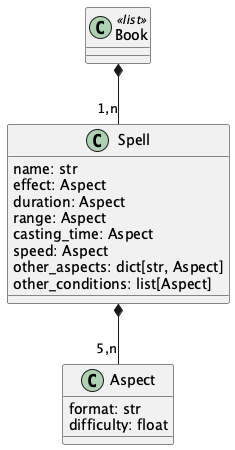
The PlantUML diagram docs/legacy_capture.png in slott56/dsl-with-python, before a commit.
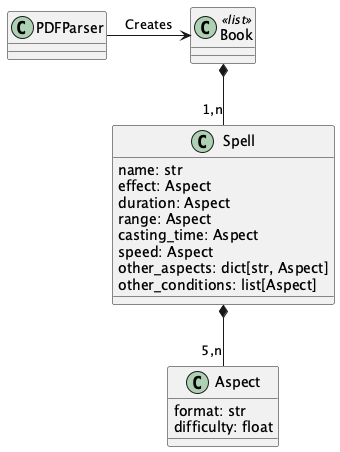
After the change.

What changed in the source:
```diff
@@ -21,4 +21,8 @@
 class Book <<list>>
 
 Book *-- "1,n" Spell
+
+class PDFParser
+
+PDFParser -> Book : "Creates"
 @enduml
```
